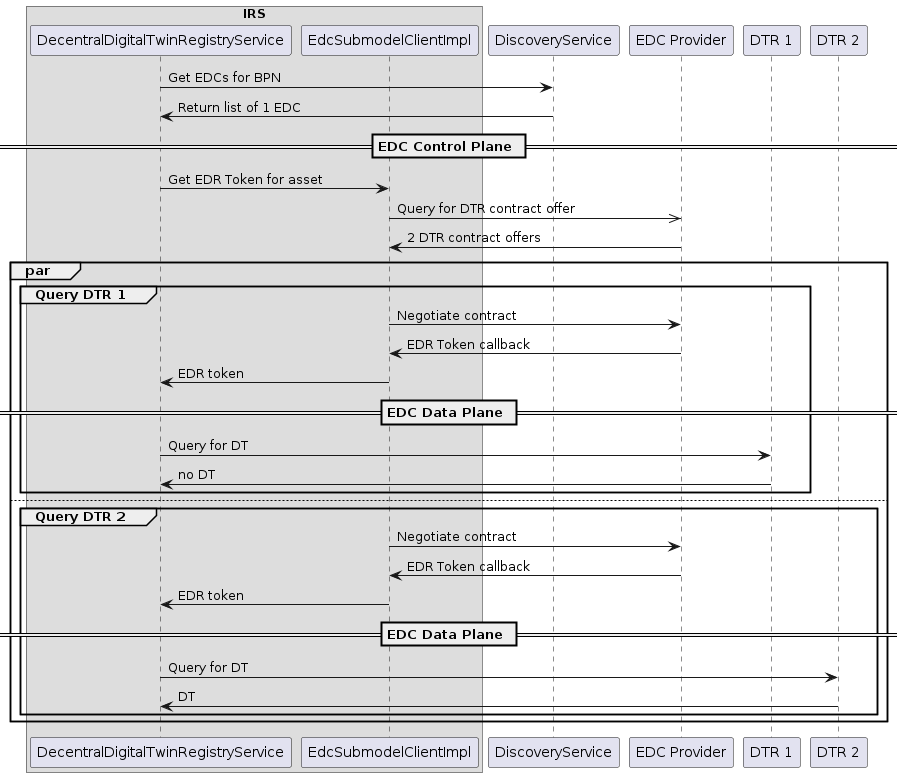
Above: docs/assets/arc42/arc42_037.png in catenax-ng/tx-item-relationship-service (PlantUML), before the change.
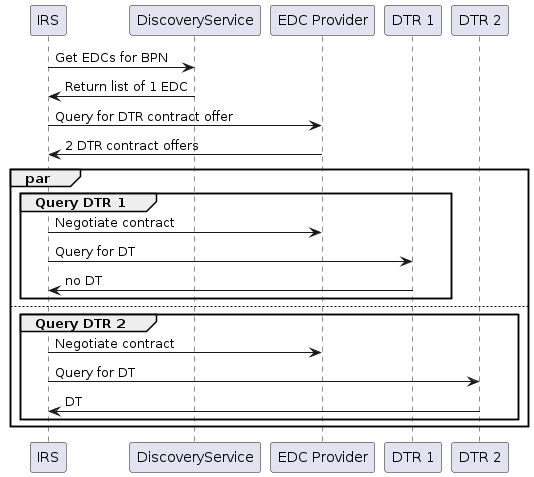
Above is the later version.

What changed in the source:
```diff
@@ -1,47 +1,29 @@
 @startuml
-
-box IRS
-    participant DecentralDigitalTwinRegistryService as DTRS
-    participant EdcSubmodelClientImpl as EdcClient
-end box
-
+participant IRS
 participant DiscoveryService
 participant "EDC Provider" as EDCProvider
 participant "DTR 1" as DTR1
 participant "DTR 2" as DTR2
 
-DTRS -> DiscoveryService: Get EDCs for BPN
-DiscoveryService -> DTRS: Return list of 1 EDC
+IRS -> DiscoveryService: Get EDCs for BPN
+DiscoveryService -> IRS: Return list of 1 EDC
 
-==  EDC Control Plane ==
-
-DTRS -> EdcClient: Get EDR Token for asset
-EdcClient ->> EDCProvider: Query for DTR contract offer
-EDCProvider -> EdcClient: 2 DTR contract offers
+IRS -> EDCProvider: Query for DTR contract offer
+EDCProvider -> IRS: 2 DTR contract offers
 
 par
     group Query DTR 1
-        EdcClient -> EDCProvider: Negotiate contract
-        EDCProvider -> EdcClient: EDR Token callback
-        EdcClient -> DTRS: EDR token
-
-        ==  EDC Data Plane ==
-
-        DTRS -> DTR1: Query for DT
-        DTR1 -> DTRS: no DT
+        IRS -> EDCProvider: Negotiate contract
+        IRS -> DTR1: Query for DT
+        DTR1 -> IRS: no DT
     end
 
     else
 
     group Query DTR 2
-        EdcClient -> EDCProvider: Negotiate contract
-        EDCProvider -> EdcClient: EDR Token callback
-        EdcClient -> DTRS: EDR token
-
-        ==  EDC Data Plane ==
-
-        DTRS -> DTR2: Query for DT
-        DTR2 -> DTRS: DT
+        IRS -> EDCProvider: Negotiate contract
+        IRS -> DTR2: Query for DT
+        DTR2 -> IRS: DT
     end
 end
 @enduml
```
